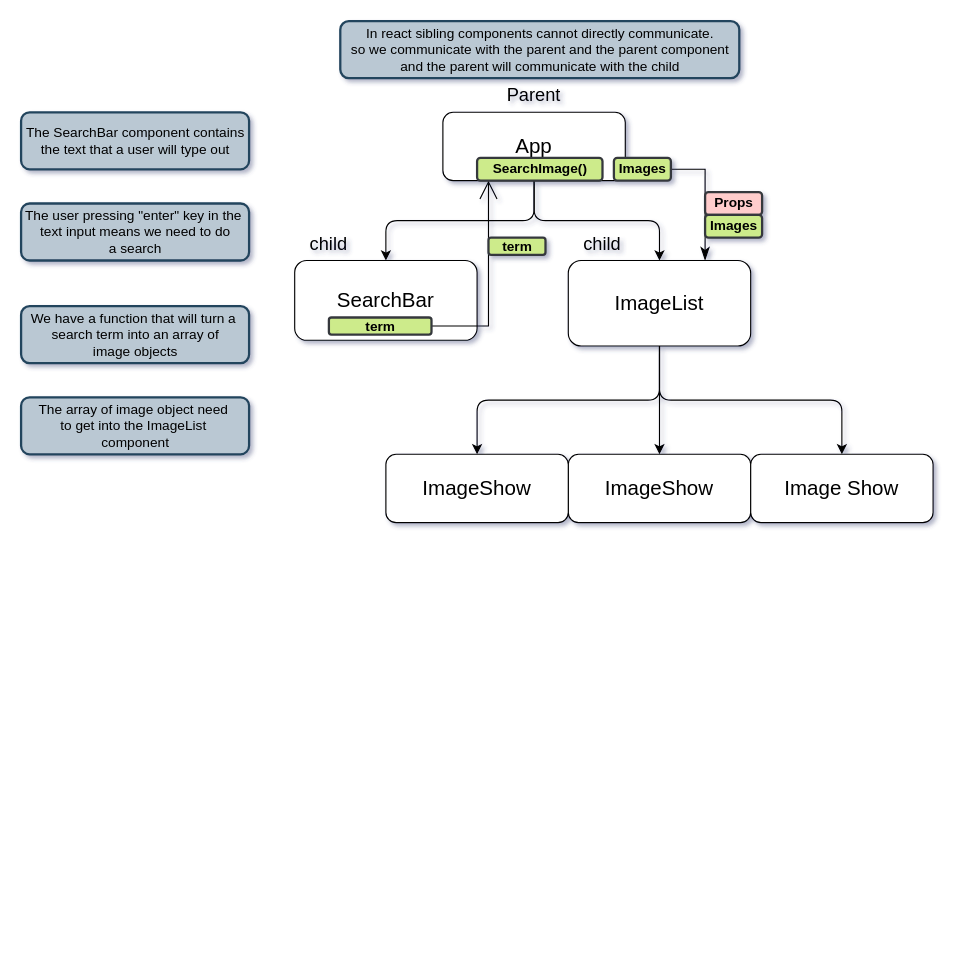
anthonynarine/Pics keeps this draw.io diagram as uml/appHierarchy.drawio. Above is the earlier version. Source tidied: cells renumbered, new cells numbered last; positions are measured from the earlier drawing's top-left corner, leaving out a move shared by most shapes. Both pictures are drawn from the tidied source at 114%, with x=0, y=0 at pixel (21, 21).
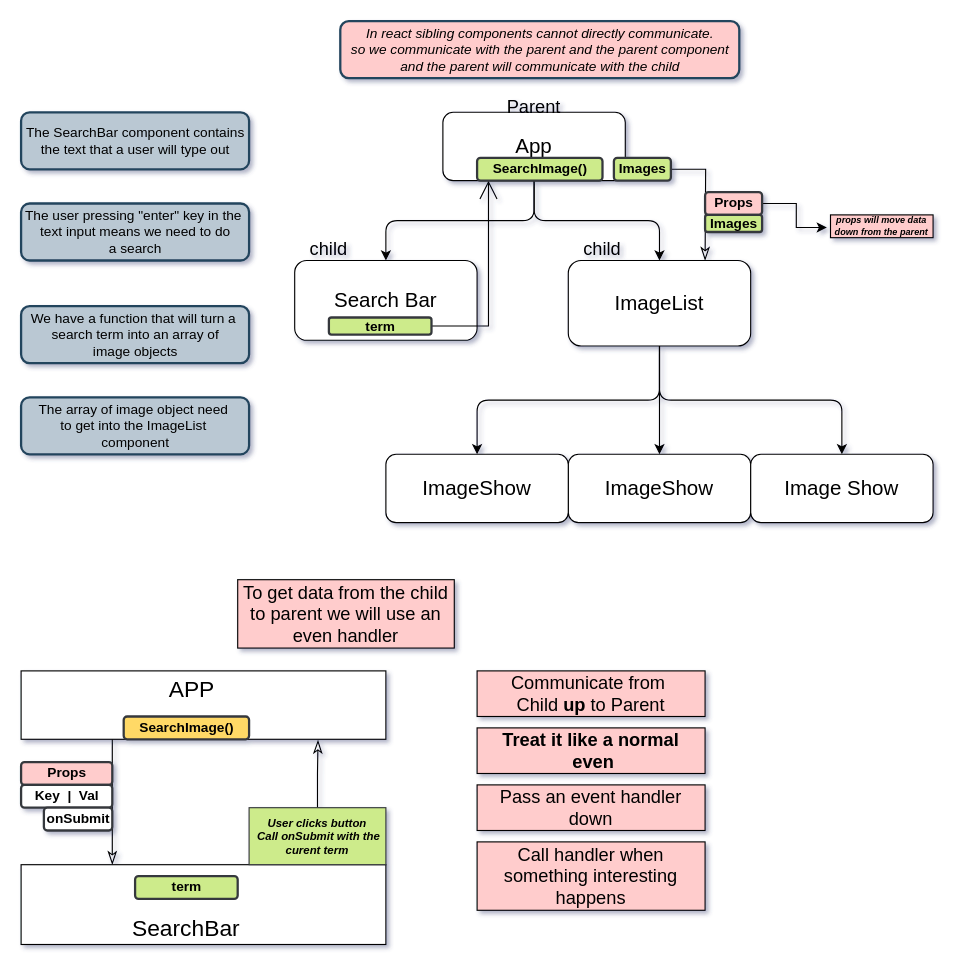
Above is the later version.

Commit message (it also covers changes not shown here):
Created Noted and Diagram to Move Data from Child UP to Parent

Unchanged cells that the change refers to:
```xml
<mxCell id="10" value="ImageList" style="rounded=1;whiteSpace=wrap;html=1;fontSize=18;" parent="1" vertex="1">
  <mxGeometry x="480" y="210" width="160" height="75" as="geometry" />
</mxCell>
<mxCell id="21" value="Images" style="text;align=center;fontStyle=1;verticalAlign=middle;spacingLeft=3;spacingRight=3;strokeColor=#36393d;points=[[0,0.5],[1,0.5]];portConstraint=eastwest;strokeWidth=2;fontFamily=Helvetica;fontSize=12;fillColor=#cdeb8b;html=1;rounded=1;" parent="1" vertex="1">
  <mxGeometry x="520" y="120" width="50" height="20" as="geometry" />
</mxCell>
<mxCell id="27" value="Props" style="text;align=center;fontStyle=1;verticalAlign=middle;spacingLeft=3;spacingRight=3;strokeColor=#36393d;points=[[0,0.5],[1,0.5]];portConstraint=eastwest;strokeWidth=2;fontFamily=Helvetica;fontSize=12;fillColor=#FFCCCC;html=1;rounded=1;" parent="1" vertex="1">
  <mxGeometry x="600" y="150" width="50" height="20" as="geometry" />
</mxCell>
```

What changed in the source:
```diff
@@
-    <mxCell id="6" value="SearchBar" style="rounded=1;whiteSpace=wrap;html=1;fontSize=18;" parent="1" vertex="1">
+    <mxCell id="6" value="Search Bar" style="rounded=1;whiteSpace=wrap;html=1;fontSize=18;" parent="1" vertex="1">
       <mxGeometry x="240" y="210" width="160" height="70" as="geometry" />
     </mxCell>
@@
-    <mxCell id="20" style="edgeStyle=orthogonalEdgeStyle;rounded=0;jettySize=auto;html=1;entryX=0.75;entryY=0;entryDx=0;entryDy=0;fontFamily=Helvetica;fontSize=12;endArrow=classicThin;startSize=9;endSize=9;endFill=1;" parent="1" edge="1" source="21" target="10">
-      <mxGeometry relative="1" as="geometry" />
+    <mxCell id="20" style="edgeStyle=orthogonalEdgeStyle;rounded=0;jettySize=auto;html=1;fontFamily=Helvetica;fontSize=12;endArrow=classicThin;startSize=8;endSize=9;endFill=0;" parent="1" edge="1" source="21">
+      <mxGeometry relative="1" as="geometry">
+        <mxPoint x="600" y="210" as="targetPoint" />
+      </mxGeometry>
     </mxCell>
@@
-    <mxCell id="23" value="In react sibling components cannot directly communicate.&lt;br&gt;so we communicate with the parent and the parent component&lt;br&gt;and the parent will communicate with the child" style="html=1;fontSize=12;strokeWidth=2;fillColor=#bac8d3;strokeColor=#23445d;rounded=1;" parent="1" vertex="1">
+    <mxCell id="23" value="&lt;i&gt;In react sibling components cannot directly communicate.&lt;br&gt;so we communicate with the parent and the parent component&lt;br&gt;and the parent will communicate with the child&lt;/i&gt;" style="html=1;fontSize=12;strokeWidth=2;fillColor=#FFCCCC;strokeColor=#23445d;rounded=1;" parent="1" vertex="1">
       <mxGeometry x="280" width="350" height="50" as="geometry" />
     </mxCell>
     <mxCell id="24" value="Parent" style="text;html=1;strokeColor=none;fillColor=none;align=center;verticalAlign=middle;whiteSpace=wrap;rounded=0;fontFamily=Helvetica;fontSize=16;" parent="1" vertex="1">
-      <mxGeometry x="420" y="50" width="60" height="30" as="geometry" />
+      <mxGeometry x="420" y="60" width="60" height="30" as="geometry" />
     </mxCell>
     <mxCell id="25" value="child" style="text;html=1;strokeColor=none;fillColor=none;align=center;verticalAlign=middle;whiteSpace=wrap;rounded=0;fontFamily=Helvetica;fontSize=16;" parent="1" vertex="1">
-      <mxGeometry x="240" y="180" width="60" height="30" as="geometry" />
+      <mxGeometry x="240" y="185" width="60" height="30" as="geometry" />
     </mxCell>
     <mxCell id="26" value="child" style="text;html=1;strokeColor=none;fillColor=none;align=center;verticalAlign=middle;whiteSpace=wrap;rounded=0;fontFamily=Helvetica;fontSize=16;" parent="1" vertex="1">
-      <mxGeometry x="480" y="180" width="60" height="30" as="geometry" />
+      <mxGeometry x="480" y="185" width="60" height="30" as="geometry" />
     </mxCell>
+    <mxCell id="30" style="edgeStyle=orthogonalEdgeStyle;rounded=0;jettySize=auto;html=1;exitX=1;exitY=0.5;exitDx=0;exitDy=0;fontSize=8;entryX=-0.035;entryY=0.552;entryDx=0;entryDy=0;entryPerimeter=0;" parent="1" edge="1" source="27" target="31">
+      <mxGeometry relative="1" as="geometry" />
+    </mxCell>
@@
     <mxCell id="28" value="Images" style="text;align=center;fontStyle=1;verticalAlign=middle;spacingLeft=3;spacingRight=3;strokeColor=#36393d;strokeWidth=2;fontFamily=Helvetica;fontSize=12;fillColor=#cdeb8b;html=1;rounded=1;" parent="1" vertex="1">
-      <mxGeometry x="600" y="170" width="50" height="20" as="geometry" />
+      <mxGeometry x="600" y="170" width="50" height="15" as="geometry" />
     </mxCell>
+    <mxCell id="31" value="&lt;b&gt;&lt;i&gt;props will move data&lt;br&gt;&amp;nbsp;down from the parent&amp;nbsp;&lt;/i&gt;&lt;/b&gt;" style="rounded=0;whiteSpace=wrap;html=1;fillColor=#FFCCCC;fontSize=8;" parent="1" vertex="1">
+      <mxGeometry x="710" y="170" width="90" height="20" as="geometry" />
+    </mxCell>
+    <mxCell id="32" value="&lt;font size=&quot;3&quot;&gt;To get data from the child to parent we will use an even handler&lt;/font&gt;" style="rounded=0;whiteSpace=wrap;html=1;fontSize=8;fillColor=#FFCCCC;" parent="1" vertex="1">
+      <mxGeometry x="190" y="490" width="190" height="60" as="geometry" />
+    </mxCell>
+    <mxCell id="33" style="edgeStyle=orthogonalEdgeStyle;rounded=0;jettySize=auto;html=1;exitX=0.25;exitY=1;exitDx=0;exitDy=0;entryX=0.25;entryY=0;entryDx=0;entryDy=0;fontSize=20;fontColor=#000000;endArrow=classicThin;endFill=0;startSize=8;endSize=9;" parent="1" edge="1" source="34" target="38">
+      <mxGeometry relative="1" as="geometry" />
+    </mxCell>
+    <mxCell id="34" style="rounded=0;whiteSpace=wrap;html=1;fontSize=20;fillColor=#FFFFFF;" parent="1" vertex="1">
+      <mxGeometry y="570" width="320" height="60" as="geometry" />
+    </mxCell>
+    <mxCell id="35" value="APP" style="text;html=1;strokeColor=none;fillColor=none;align=center;verticalAlign=middle;whiteSpace=wrap;rounded=0;fontSize=20;" parent="1" vertex="1">
+      <mxGeometry x="120" y="570" width="60" height="30" as="geometry" />
+    </mxCell>
+    <mxCell id="36" value="SearchImage()" style="text;align=center;fontStyle=1;verticalAlign=middle;spacingLeft=3;spacingRight=3;strokeColor=#36393d;strokeWidth=2;fontFamily=Helvetica;fontSize=12;fillColor=#FFD966;html=1;rounded=1;fontColor=#000000;" parent="1" vertex="1">
+      <mxGeometry x="90" y="610" width="110" height="20" as="geometry" />
+    </mxCell>
+    <mxCell id="37" style="edgeStyle=orthogonalEdgeStyle;rounded=0;jettySize=auto;html=1;exitX=0.5;exitY=0;exitDx=0;exitDy=0;fontSize=20;fontColor=#000000;endArrow=classicThin;endFill=0;startSize=8;endSize=9;entryX=0.814;entryY=1.011;entryDx=0;entryDy=0;entryPerimeter=0;" parent="1" edge="1" source="43" target="34">
+      <mxGeometry relative="1" as="geometry" />
+    </mxCell>
+    <mxCell id="38" style="rounded=0;whiteSpace=wrap;html=1;fontSize=20;fontColor=#000000;fillColor=#FFFFFF;" parent="1" vertex="1">
+      <mxGeometry y="740" width="320" height="70" as="geometry" />
+    </mxCell>
+    <mxCell id="39" value="SearchBar" style="text;html=1;strokeColor=none;fillColor=none;align=center;verticalAlign=middle;whiteSpace=wrap;rounded=0;fontSize=20;fontColor=#000000;" parent="1" vertex="1">
+      <mxGeometry x="115" y="780" width="60" height="30" as="geometry" />
+    </mxCell>
     <mxCell id="29" value="term" style="text;align=center;fontStyle=1;verticalAlign=middle;spacingLeft=3;spacingRight=3;strokeColor=#36393d;strokeWidth=2;fontFamily=Helvetica;fontSize=12;fillColor=#cdeb8b;html=1;rounded=1;" parent="1" vertex="1">
-      <mxGeometry x="410" y="190" width="50" height="15" as="geometry" />
+      <mxGeometry x="100" y="750" width="90" height="20" as="geometry" />
     </mxCell>
+    <mxCell id="40" value="Props" style="text;align=center;fontStyle=1;verticalAlign=middle;spacingLeft=3;spacingRight=3;strokeColor=#36393d;strokeWidth=2;fontFamily=Helvetica;fontSize=12;fillColor=#FFCCCC;html=1;rounded=1;" parent="1" vertex="1">
+      <mxGeometry y="650" width="80" height="20" as="geometry" />
+    </mxCell>
+    <mxCell id="41" value="Key&amp;nbsp; |&amp;nbsp; Val" style="text;align=center;fontStyle=1;verticalAlign=middle;spacingLeft=3;spacingRight=3;strokeColor=#36393d;strokeWidth=2;fontFamily=Helvetica;fontSize=12;fillColor=#FFFFFF;html=1;rounded=1;" parent="1" vertex="1">
+      <mxGeometry y="670" width="80" height="20" as="geometry" />
+    </mxCell>
+    <mxCell id="42" value="onSubmit" style="text;align=center;fontStyle=1;verticalAlign=middle;spacingLeft=3;spacingRight=3;strokeColor=#36393d;strokeWidth=2;fontFamily=Helvetica;fontSize=12;fillColor=#FFFFFF;html=1;rounded=1;" parent="1" vertex="1">
+      <mxGeometry x="20" y="690" width="60" height="20" as="geometry" />
+    </mxCell>
+    <mxCell id="43" value="User clicks button&lt;br&gt;&amp;nbsp;Call onSubmit with the curent term" style="rounded=0;whiteSpace=wrap;html=1;fontSize=10;fillColor=#cdeb8b;fontStyle=3;strokeColor=#36393d;" parent="1" vertex="1">
+      <mxGeometry x="200" y="690" width="120" height="50" as="geometry" />
+    </mxCell>
+    <mxCell id="44" value="&lt;font size=&quot;3&quot;&gt;Communicate from&amp;nbsp;&lt;br&gt;Child &lt;b&gt;up&lt;/b&gt;&amp;nbsp;to Parent&lt;br&gt;&lt;/font&gt;" style="rounded=0;whiteSpace=wrap;html=1;fontSize=8;fillColor=#FFCCCC;" parent="1" vertex="1">
+      <mxGeometry x="400" y="570" width="200" height="40" as="geometry" />
+    </mxCell>
+    <mxCell id="45" value="&lt;font size=&quot;3&quot;&gt;&lt;b&gt;Treat it like a normal&lt;br&gt;&amp;nbsp;even&lt;/b&gt;&lt;br&gt;&lt;/font&gt;" style="rounded=0;whiteSpace=wrap;html=1;fontSize=8;fillColor=#FFCCCC;" parent="1" vertex="1">
+      <mxGeometry x="400" y="620" width="200" height="40" as="geometry" />
+    </mxCell>
+    <mxCell id="46" value="&lt;font size=&quot;3&quot;&gt;Pass an event handler&lt;br&gt;down&lt;br&gt;&lt;/font&gt;" style="rounded=0;whiteSpace=wrap;html=1;fontSize=8;fillColor=#FFCCCC;" parent="1" vertex="1">
+      <mxGeometry x="400" y="670" width="200" height="40" as="geometry" />
+    </mxCell>
+    <mxCell id="47" value="&lt;font size=&quot;3&quot;&gt;Call handler when&lt;br&gt;something interesting happens&lt;br&gt;&lt;/font&gt;" style="rounded=0;whiteSpace=wrap;html=1;fontSize=8;fillColor=#FFCCCC;" parent="1" vertex="1">
+      <mxGeometry x="400" y="720" width="200" height="60" as="geometry" />
+    </mxCell>
```
